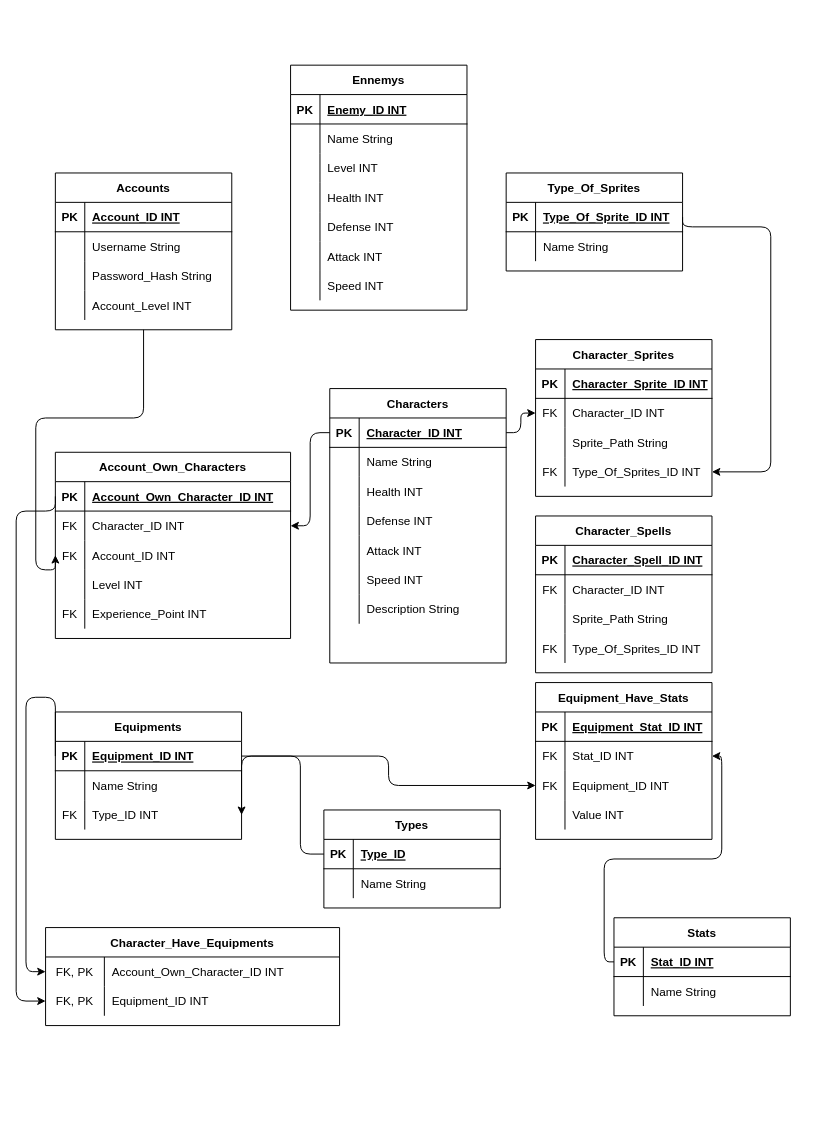
This is Documentation/MLD.drawio from Nomeos/Code-TimeRewind, a draw.io file, before an edit. Source tidied: cells renumbered, new cells numbered last; positions are measured from the earlier drawing's top-left corner, leaving out a move shared by most shapes. Both pictures are drawn from the tidied source at 98%, with x=0, y=0 at pixel (16, 65).
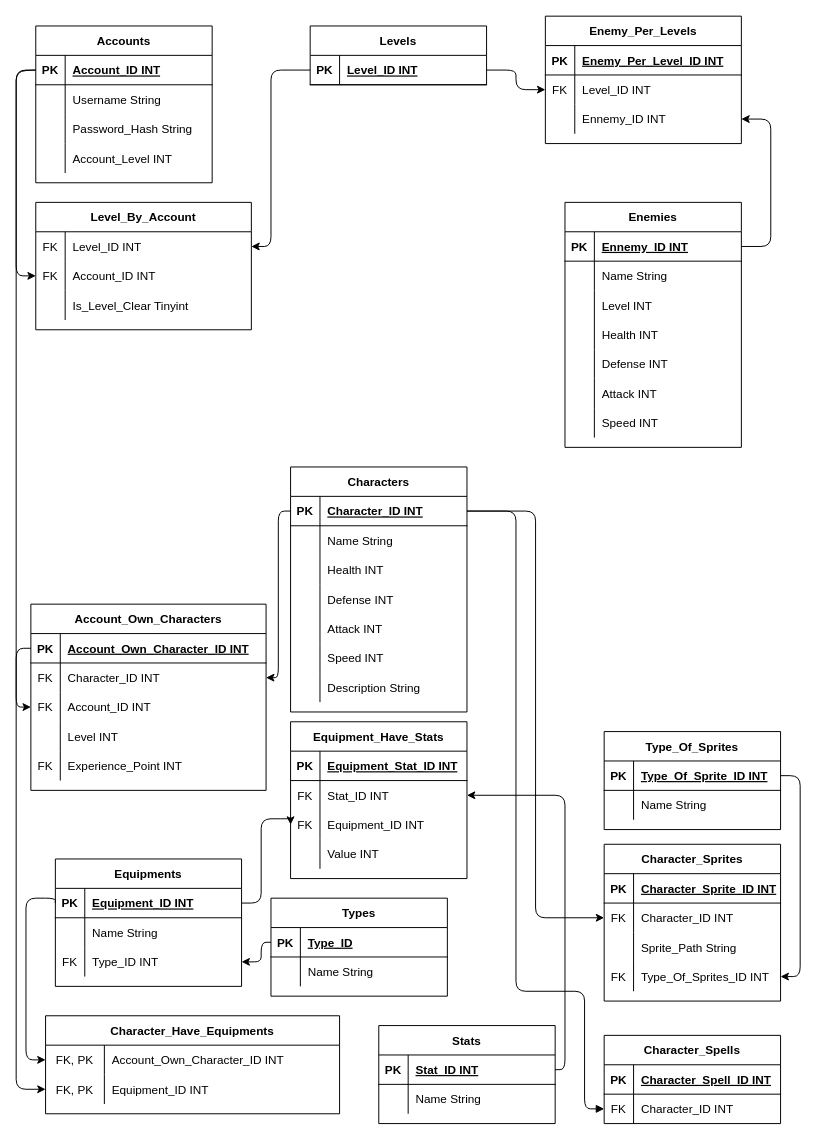
The same page after the edit.

The change refers to these unchanged cells:
```xml
<mxCell id="3" style="shape=partialRectangle;fillColor=none;top=0;left=0;bottom=1;right=0;points=[[0,0.5],[1,0.5]];portConstraint=eastwest;" parent="2" vertex="1">
  <mxGeometry y="30" width="180" height="30" as="geometry" />
</mxCell>
<mxCell id="16" style="shape=partialRectangle;fillColor=none;top=0;left=0;bottom=1;right=0;points=[[0,0.5],[1,0.5]];portConstraint=eastwest;" parent="15" vertex="1">
  <mxGeometry y="30" width="180" height="30" as="geometry" />
</mxCell>
<mxCell id="38" style="shape=partialRectangle;fillColor=none;top=0;left=0;bottom=1;right=0;points=[[0,0.5],[1,0.5]];portConstraint=eastwest;" parent="37" vertex="1">
  <mxGeometry y="30" width="180" height="30" as="geometry" />
</mxCell>
<mxCell id="60" style="shape=partialRectangle;fillColor=none;top=0;left=0;bottom=1;right=0;points=[[0,0.5],[1,0.5]];portConstraint=eastwest;" parent="59" vertex="1">
  <mxGeometry y="30" width="190" height="30" as="geometry" />
</mxCell>
<mxCell id="66" style="shape=partialRectangle;fillColor=none;top=0;left=0;bottom=0;right=0;points=[[0,0.5],[1,0.5]];portConstraint=eastwest;" parent="59" vertex="1">
  <mxGeometry y="90" width="190" height="30" as="geometry" />
</mxCell>
<mxCell id="70" style="shape=partialRectangle;fillColor=none;top=0;left=0;bottom=1;right=0;points=[[0,0.5],[1,0.5]];portConstraint=eastwest;" parent="69" vertex="1">
  <mxGeometry y="30" width="180" height="30" as="geometry" />
</mxCell>
<mxCell id="80" style="shape=partialRectangle;fillColor=none;top=0;left=0;bottom=0;right=0;points=[[0,0.5],[1,0.5]];portConstraint=eastwest;" parent="76" vertex="1">
  <mxGeometry y="60" width="180" height="30" as="geometry" />
</mxCell>
<mxCell id="83" style="shape=partialRectangle;fillColor=none;top=0;left=0;bottom=0;right=0;points=[[0,0.5],[1,0.5]];portConstraint=eastwest;" parent="76" vertex="1">
  <mxGeometry y="90" width="180" height="30" as="geometry" />
</mxCell>
<mxCell id="92" style="shape=partialRectangle;fillColor=none;top=0;left=0;bottom=1;right=0;points=[[0,0.5],[1,0.5]];portConstraint=eastwest;" parent="91" vertex="1">
  <mxGeometry y="30" width="240" height="30" as="geometry" />
</mxCell>
<mxCell id="98" style="shape=partialRectangle;fillColor=none;top=0;left=0;bottom=0;right=0;points=[[0,0.5],[1,0.5]];portConstraint=eastwest;" parent="91" vertex="1">
  <mxGeometry y="90" width="240" height="30" as="geometry" />
</mxCell>
<mxCell id="110" style="shape=partialRectangle;fillColor=none;top=0;left=0;bottom=0;right=0;points=[[0,0.5],[1,0.5]];portConstraint=eastwest;" parent="109" vertex="1">
  <mxGeometry y="30" width="300" height="30" as="geometry" />
</mxCell>
<mxCell id="113" style="shape=partialRectangle;fillColor=none;top=0;left=0;bottom=0;right=0;points=[[0,0.5],[1,0.5]];portConstraint=eastwest;" parent="109" vertex="1">
  <mxGeometry y="60" width="300" height="30" as="geometry" />
</mxCell>
<mxCell id="117" style="shape=partialRectangle;fillColor=none;top=0;left=0;bottom=1;right=0;points=[[0,0.5],[1,0.5]];portConstraint=eastwest;" parent="116" vertex="1">
  <mxGeometry y="30" width="180" height="30" as="geometry" />
</mxCell>
<mxCell id="136" style="shape=partialRectangle;fillColor=none;top=0;left=0;bottom=0;right=0;points=[[0,0.5],[1,0.5]];portConstraint=eastwest;" parent="126" vertex="1">
  <mxGeometry y="120" width="180" height="30" as="geometry" />
</mxCell>
<mxCell id="141" style="shape=partialRectangle;fillColor=none;top=0;left=0;bottom=1;right=0;points=[[0,0.5],[1,0.5]];portConstraint=eastwest;" parent="140" vertex="1">
  <mxGeometry y="30" width="180" height="30" as="geometry" />
</mxCell>
<mxCell id="152" style="shape=partialRectangle;fillColor=none;top=0;left=0;bottom=0;right=0;points=[[0,0.5],[1,0.5]];portConstraint=eastwest;" parent="148" vertex="1">
  <mxGeometry y="60" width="180" height="30" as="geometry" />
</mxCell>
```

What changed in the source:
```diff
@@
     <mxCell id="2" value="Accounts" style="shape=table;startSize=30;childLayout=tableLayout;rowLines=0;fontStyle=1;align=center;" parent="1" vertex="1">
-      <mxGeometry x="40" y="110" width="180" height="160" as="geometry" />
+      <mxGeometry x="20" y="-40" width="180" height="160" as="geometry" />
     </mxCell>
@@
     <mxCell id="15" value="Characters" style="shape=table;startSize=30;childLayout=tableLayout;rowLines=0;fontStyle=1;align=center;" parent="1" vertex="1">
-      <mxGeometry x="320" y="330" width="180" height="280" as="geometry" />
+      <mxGeometry x="280" y="410" width="180" height="250" as="geometry" />
     </mxCell>
@@
-    <mxCell id="37" value="Ennemys" style="shape=table;startSize=30;childLayout=tableLayout;rowLines=0;fontStyle=1;align=center;" parent="1" vertex="1">
-      <mxGeometry x="280" width="180" height="250" as="geometry" />
+    <mxCell id="37" value="Enemies" style="shape=table;startSize=30;childLayout=tableLayout;rowLines=0;fontStyle=1;align=center;" parent="1" vertex="1">
+      <mxGeometry x="560" y="140" width="180" height="250" as="geometry" />
     </mxCell>
@@
-    <mxCell id="40" value="Enemy_ID INT" style="shape=partialRectangle;fillColor=none;top=0;left=0;bottom=0;right=0;align=left;spacingLeft=6;fontStyle=5;overflow=hidden;" parent="38" vertex="1">
+    <mxCell id="40" value="Ennemy_ID INT" style="shape=partialRectangle;fillColor=none;top=0;left=0;bottom=0;right=0;align=left;spacingLeft=6;fontStyle=5;overflow=hidden;" parent="38" vertex="1">
       <mxGeometry x="30" width="150" height="30" as="geometry" />
     </mxCell>
@@
     <mxCell id="59" value="Equipments" style="shape=table;startSize=30;childLayout=tableLayout;rowLines=0;fontStyle=1;align=center;" parent="1" vertex="1">
-      <mxGeometry x="40" y="660" width="190" height="130" as="geometry" />
+      <mxGeometry x="40" y="810" width="190" height="130" as="geometry" />
     </mxCell>
@@
     <mxCell id="69" value="Types" style="shape=table;startSize=30;childLayout=tableLayout;rowLines=0;fontStyle=1;align=center;" parent="1" vertex="1">
-      <mxGeometry x="314" y="760" width="180" height="100" as="geometry" />
+      <mxGeometry x="260" y="850" width="180" height="100" as="geometry" />
     </mxCell>
@@
     <mxCell id="76" value="Equipment_Have_Stats" style="shape=table;startSize=30;childLayout=tableLayout;rowLines=0;fontStyle=1;align=center;" parent="1" vertex="1">
-      <mxGeometry x="530" y="630" width="180" height="160" as="geometry" />
+      <mxGeometry x="280" y="670" width="180" height="160" as="geometry" />
     </mxCell>
@@
     <mxCell id="89" style="endArrow=classic;html=1;entryX=0;entryY=0.5;entryDx=0;entryDy=0;exitX=1;exitY=0.5;exitDx=0;exitDy=0;edgeStyle=orthogonalEdgeStyle;" parent="1" edge="1" source="60" target="83">
-      <mxGeometry relative="1" as="geometry" />
+      <mxGeometry relative="1" as="geometry">
+        <Array as="points">
+          <mxPoint x="250" y="855" />
+          <mxPoint x="250" y="769" />
+          <mxPoint x="280" y="769" />
+        </Array>
+      </mxGeometry>
     </mxCell>
     <mxCell id="90" style="endArrow=classic;html=1;exitX=0;exitY=0.5;exitDx=0;exitDy=0;entryX=1;entryY=0.5;entryDx=0;entryDy=0;edgeStyle=orthogonalEdgeStyle;" parent="1" edge="1" source="70" target="66">
       <mxGeometry relative="1" as="geometry">
         <Array as="points">
-          <mxPoint x="290" y="805" />
-          <mxPoint x="290" y="705" />
+          <mxPoint x="250" y="895" />
+          <mxPoint x="250" y="915" />
         </Array>
       </mxGeometry>
     </mxCell>
     <mxCell id="91" value="Account_Own_Characters" style="shape=table;startSize=30;childLayout=tableLayout;rowLines=0;fontStyle=1;align=center;" parent="1" vertex="1">
-      <mxGeometry x="40" y="395" width="240" height="190" as="geometry" />
+      <mxGeometry x="15" y="550" width="240" height="190" as="geometry" />
     </mxCell>
@@
-    <mxCell id="108" style="endArrow=classic;html=1;entryX=0;entryY=0.5;entryDx=0;entryDy=0;exitX=0.5;exitY=1;exitDx=0;exitDy=0;edgeStyle=orthogonalEdgeStyle;" parent="1" edge="1" source="2" target="98">
+    <mxCell id="108" style="endArrow=classic;html=1;entryX=0;entryY=0.5;entryDx=0;entryDy=0;exitX=0;exitY=0.5;exitDx=0;exitDy=0;edgeStyle=orthogonalEdgeStyle;" parent="1" edge="1" source="3" target="98">
       <mxGeometry relative="1" as="geometry">
         <Array as="points">
-          <mxPoint x="130" y="360" />
-          <mxPoint x="20" y="360" />
-          <mxPoint x="20" y="515" />
-          <mxPoint x="40" y="515" />
+          <mxPoint y="5" />
+          <mxPoint y="655" />
         </Array>
       </mxGeometry>
     </mxCell>
     <mxCell id="109" value="Character_Have_Equipments" style="shape=table;startSize=30;childLayout=tableLayout;rowLines=0;fontStyle=1;align=center;" parent="1" vertex="1">
-      <mxGeometry x="30" y="880" width="300" height="100" as="geometry" />
+      <mxGeometry x="30" y="970" width="300" height="100" as="geometry" />
     </mxCell>
@@
     <mxCell id="116" value="Stats" style="shape=table;startSize=30;childLayout=tableLayout;rowLines=0;fontStyle=1;align=center;" parent="1" vertex="1">
-      <mxGeometry x="610" y="870" width="180" height="100" as="geometry" />
+      <mxGeometry x="370" y="980" width="180" height="100" as="geometry" />
     </mxCell>
@@
-    <mxCell id="123" style="endArrow=classic;html=1;exitX=0;exitY=0.5;exitDx=0;exitDy=0;entryX=1;entryY=0.5;entryDx=0;entryDy=0;edgeStyle=orthogonalEdgeStyle;" parent="1" edge="1" source="117" target="80">
+    <mxCell id="123" style="endArrow=classic;html=1;exitX=1;exitY=0.5;exitDx=0;exitDy=0;entryX=1;entryY=0.5;entryDx=0;entryDy=0;edgeStyle=orthogonalEdgeStyle;" parent="1" edge="1" source="117" target="80">
       <mxGeometry relative="1" as="geometry" />
     </mxCell>
     <mxCell id="124" style="endArrow=classic;html=1;entryX=0;entryY=0.5;entryDx=0;entryDy=0;exitX=0;exitY=0.5;exitDx=0;exitDy=0;edgeStyle=orthogonalEdgeStyle;" parent="1" edge="1" source="60" target="110">
       <mxGeometry relative="1" as="geometry">
         <Array as="points">
-          <mxPoint x="10" y="645" />
-          <mxPoint x="10" y="925" />
+          <mxPoint x="40" y="850" />
+          <mxPoint x="10" y="850" />
+          <mxPoint x="10" y="1015" />
         </Array>
       </mxGeometry>
     </mxCell>
     <mxCell id="125" style="endArrow=classic;html=1;entryX=0;entryY=0.5;entryDx=0;entryDy=0;exitX=0;exitY=0.5;exitDx=0;exitDy=0;edgeStyle=orthogonalEdgeStyle;" parent="1" edge="1" source="92" target="113">
       <mxGeometry relative="1" as="geometry">
         <Array as="points">
-          <mxPoint y="455" />
-          <mxPoint y="955" />
+          <mxPoint y="595" />
+          <mxPoint y="1045" />
         </Array>
       </mxGeometry>
     </mxCell>
     <mxCell id="126" value="Character_Sprites" style="shape=table;startSize=30;childLayout=tableLayout;rowLines=0;fontStyle=1;align=center;" parent="1" vertex="1">
-      <mxGeometry x="530" y="280" width="180" height="160" as="geometry" />
+      <mxGeometry x="600" y="795" width="180" height="160" as="geometry" />
     </mxCell>
@@
     <mxCell id="140" value="Type_Of_Sprites" style="shape=table;startSize=30;childLayout=tableLayout;rowLines=0;fontStyle=1;align=center;" parent="1" vertex="1">
-      <mxGeometry x="500" y="110" width="180" height="100" as="geometry" />
+      <mxGeometry x="600" y="680" width="180" height="100" as="geometry" />
     </mxCell>
@@
-    <mxCell id="147" style="endArrow=classic;html=1;entryX=1;entryY=0.5;entryDx=0;entryDy=0;exitX=1;exitY=0.5;exitDx=0;exitDy=0;edgeStyle=orthogonalEdgeStyle;" parent="1" edge="1" source="141" target="136">
-      <mxGeometry relative="1" as="geometry">
-        <Array as="points">
-          <mxPoint x="680" y="165" />
-          <mxPoint x="770" y="165" />
-          <mxPoint x="770" y="415" />
-        </Array>
-      </mxGeometry>
-    </mxCell>
     <mxCell id="148" value="Character_Spells" style="shape=table;startSize=30;childLayout=tableLayout;rowLines=0;fontStyle=1;align=center;" parent="1" vertex="1">
-      <mxGeometry x="530" y="460" width="180" height="160" as="geometry" />
+      <mxGeometry x="600" y="990" width="180" height="90" as="geometry" />
     </mxCell>
@@
-    <mxCell id="155" style="shape=partialRectangle;fillColor=none;top=0;left=0;bottom=0;right=0;" parent="148" vertex="1">
-      <mxGeometry y="90" width="180" height="30" as="geometry" />
-    </mxCell>
-    <mxCell id="156" style="shape=partialRectangle;fillColor=none;top=0;left=0;bottom=0;right=0;overflow=hidden;" parent="155" vertex="1">
-      <mxGeometry width="30" height="30" as="geometry" />
-    </mxCell>
-    <mxCell id="157" value="Sprite_Path String" style="shape=partialRectangle;fillColor=none;top=0;left=0;bottom=0;right=0;align=left;spacingLeft=6;overflow=hidden;" parent="155" vertex="1">
-      <mxGeometry x="30" width="150" height="30" as="geometry" />
-    </mxCell>
-    <mxCell id="158" style="shape=partialRectangle;fillColor=none;top=0;left=0;bottom=0;right=0;" parent="148" vertex="1">
-      <mxGeometry y="120" width="180" height="30" as="geometry" />
-    </mxCell>
-    <mxCell id="159" value="FK" style="shape=partialRectangle;fillColor=none;top=0;left=0;bottom=0;right=0;overflow=hidden;" parent="158" vertex="1">
-      <mxGeometry width="30" height="30" as="geometry" />
-    </mxCell>
-    <mxCell id="160" value="Type_Of_Sprites_ID INT" style="shape=partialRectangle;fillColor=none;top=0;left=0;bottom=0;right=0;align=left;spacingLeft=6;overflow=hidden;" parent="158" vertex="1">
-      <mxGeometry x="30" width="150" height="30" as="geometry" />
-    </mxCell>
+    <mxCell id="161" value="Levels" style="shape=table;startSize=30;childLayout=tableLayout;rowLines=0;fontStyle=1;align=center;" parent="1" vertex="1">
+      <mxGeometry x="300" y="-40" width="180" height="60" as="geometry" />
+    </mxCell>
+    <mxCell id="162" style="shape=partialRectangle;fillColor=none;top=0;left=0;bottom=1;right=0;points=[[0,0.5],[1,0.5]];portConstraint=eastwest;" parent="161" vertex="1">
+      <mxGeometry y="30" width="180" height="30" as="geometry" />
+    </mxCell>
+    <mxCell id="163" value="PK" style="shape=partialRectangle;fillColor=none;top=0;left=0;bottom=0;right=0;fontStyle=1;overflow=hidden;" parent="162" vertex="1">
+      <mxGeometry width="30" height="30" as="geometry" />
+    </mxCell>
+    <mxCell id="164" value="Level_ID INT" style="shape=partialRectangle;fillColor=none;top=0;left=0;bottom=0;right=0;align=left;spacingLeft=6;fontStyle=5;overflow=hidden;" parent="162" vertex="1">
+      <mxGeometry x="30" width="150" height="30" as="geometry" />
+    </mxCell>
+    <mxCell id="165" style="edgeStyle=orthogonalEdgeStyle;fontSize=12;html=1;endArrow=block;endFill=1;exitX=1;exitY=0.5;exitDx=0;exitDy=0;entryX=0;entryY=0.5;entryDx=0;entryDy=0;" parent="1" edge="1" source="16" target="152">
+      <mxGeometry relative="1" as="geometry">
+        <Array as="points">
+          <mxPoint x="510" y="455" />
+          <mxPoint x="510" y="945" />
+          <mxPoint x="580" y="945" />
+          <mxPoint x="580" y="1065" />
+        </Array>
+      </mxGeometry>
+    </mxCell>
+    <mxCell id="147" style="edgeStyle=orthogonalEdgeStyle;fontSize=12;html=1;endArrow=classic;endFill=1;exitX=1;exitY=0.5;exitDx=0;exitDy=0;entryX=1;entryY=0.5;entryDx=0;entryDy=0;" parent="1" edge="1" source="141" target="136">
+      <mxGeometry relative="1" as="geometry">
+        <Array as="points">
+          <mxPoint x="800" y="725" />
+          <mxPoint x="800" y="930" />
+        </Array>
+      </mxGeometry>
+    </mxCell>
+    <mxCell id="166" value="Level_By_Account" style="shape=table;startSize=30;childLayout=tableLayout;rowLines=0;fontStyle=1;align=center;" parent="1" vertex="1">
+      <mxGeometry x="20" y="140" width="220" height="130" as="geometry" />
+    </mxCell>
+    <mxCell id="167" style="shape=partialRectangle;fillColor=none;top=0;left=0;bottom=0;right=0;points=[[0,0.5],[1,0.5]];portConstraint=eastwest;" parent="166" vertex="1">
+      <mxGeometry y="30" width="220" height="30" as="geometry" />
+    </mxCell>
+    <mxCell id="168" value="FK" style="shape=partialRectangle;fillColor=none;top=0;left=0;bottom=0;right=0;overflow=hidden;" parent="167" vertex="1">
+      <mxGeometry width="30" height="30" as="geometry" />
+    </mxCell>
+    <mxCell id="169" value="Level_ID INT" style="shape=partialRectangle;fillColor=none;top=0;left=0;bottom=0;right=0;align=left;spacingLeft=6;overflow=hidden;" parent="167" vertex="1">
+      <mxGeometry x="30" width="190" height="30" as="geometry" />
+    </mxCell>
+    <mxCell id="170" style="shape=partialRectangle;fillColor=none;top=0;left=0;bottom=0;right=0;points=[[0,0.5],[1,0.5]];portConstraint=eastwest;" parent="166" vertex="1">
+      <mxGeometry y="60" width="220" height="30" as="geometry" />
+    </mxCell>
+    <mxCell id="171" value="FK" style="shape=partialRectangle;fillColor=none;top=0;left=0;bottom=0;right=0;overflow=hidden;" parent="170" vertex="1">
+      <mxGeometry width="30" height="30" as="geometry" />
+    </mxCell>
+    <mxCell id="172" value="Account_ID INT" style="shape=partialRectangle;fillColor=none;top=0;left=0;bottom=0;right=0;align=left;spacingLeft=6;overflow=hidden;" parent="170" vertex="1">
+      <mxGeometry x="30" width="190" height="30" as="geometry" />
+    </mxCell>
+    <mxCell id="173" style="shape=partialRectangle;fillColor=none;top=0;left=0;bottom=0;right=0;" parent="166" vertex="1">
+      <mxGeometry y="90" width="220" height="30" as="geometry" />
+    </mxCell>
+    <mxCell id="174" style="shape=partialRectangle;fillColor=none;top=0;left=0;bottom=0;right=0;overflow=hidden;" parent="173" vertex="1">
+      <mxGeometry width="30" height="30" as="geometry" />
+    </mxCell>
+    <mxCell id="175" value="Is_Level_Clear Tinyint" style="shape=partialRectangle;fillColor=none;top=0;left=0;bottom=0;right=0;align=left;spacingLeft=6;overflow=hidden;" parent="173" vertex="1">
+      <mxGeometry x="30" width="190" height="30" as="geometry" />
+    </mxCell>
+    <mxCell id="176" value="Enemy_Per_Levels" style="shape=table;startSize=30;childLayout=tableLayout;rowLines=0;fontStyle=1;align=center;" parent="1" vertex="1">
+      <mxGeometry x="540" y="-50" width="200" height="130" as="geometry" />
+    </mxCell>
+    <mxCell id="177" style="shape=partialRectangle;fillColor=none;top=0;left=0;bottom=1;right=0;" parent="176" vertex="1">
+      <mxGeometry y="30" width="200" height="30" as="geometry" />
+    </mxCell>
+    <mxCell id="178" value="PK" style="shape=partialRectangle;fillColor=none;top=0;left=0;bottom=0;right=0;fontStyle=1;overflow=hidden;" parent="177" vertex="1">
+      <mxGeometry width="30" height="30" as="geometry" />
+    </mxCell>
+    <mxCell id="179" value="Enemy_Per_Level_ID INT" style="shape=partialRectangle;fillColor=none;top=0;left=0;bottom=0;right=0;align=left;spacingLeft=6;fontStyle=5;overflow=hidden;" parent="177" vertex="1">
+      <mxGeometry x="30" width="170" height="30" as="geometry" />
+    </mxCell>
+    <mxCell id="180" style="shape=partialRectangle;fillColor=none;top=0;left=0;bottom=0;right=0;points=[[0,0.5],[1,0.5]];portConstraint=eastwest;" parent="176" vertex="1">
+      <mxGeometry y="60" width="200" height="30" as="geometry" />
+    </mxCell>
+    <mxCell id="181" value="FK" style="shape=partialRectangle;fillColor=none;top=0;left=0;bottom=0;right=0;overflow=hidden;" parent="180" vertex="1">
+      <mxGeometry width="30" height="30" as="geometry" />
+    </mxCell>
+    <mxCell id="182" value="Level_ID INT" style="shape=partialRectangle;fillColor=none;top=0;left=0;bottom=0;right=0;align=left;spacingLeft=6;overflow=hidden;" parent="180" vertex="1">
+      <mxGeometry x="30" width="170" height="30" as="geometry" />
+    </mxCell>
+    <mxCell id="183" style="shape=partialRectangle;fillColor=none;top=0;left=0;bottom=0;right=0;points=[[0,0.5],[1,0.5]];portConstraint=eastwest;" parent="176" vertex="1">
+      <mxGeometry y="90" width="200" height="30" as="geometry" />
+    </mxCell>
+    <mxCell id="184" style="shape=partialRectangle;fillColor=none;top=0;left=0;bottom=0;right=0;overflow=hidden;" parent="183" vertex="1">
+      <mxGeometry width="30" height="30" as="geometry" />
+    </mxCell>
+    <mxCell id="185" value="Ennemy_ID INT" style="shape=partialRectangle;fillColor=none;top=0;left=0;bottom=0;right=0;align=left;spacingLeft=6;overflow=hidden;" parent="183" vertex="1">
+      <mxGeometry x="30" width="170" height="30" as="geometry" />
+    </mxCell>
+    <mxCell id="186" style="fontSize=12;html=1;endArrow=none;endFill=0;entryX=0;entryY=0.5;entryDx=0;entryDy=0;exitX=1;exitY=0.5;exitDx=0;exitDy=0;startArrow=classic;startFill=1;edgeStyle=orthogonalEdgeStyle;" parent="1" edge="1" source="167" target="162">
+      <mxGeometry relative="1" as="geometry">
+        <Array as="points">
+          <mxPoint x="260" y="185" />
+          <mxPoint x="260" y="5" />
+        </Array>
+      </mxGeometry>
+    </mxCell>
+    <mxCell id="187" style="edgeStyle=orthogonalEdgeStyle;fontSize=12;html=1;endArrow=classic;endFill=1;entryX=0;entryY=0.5;entryDx=0;entryDy=0;exitX=0;exitY=0.5;exitDx=0;exitDy=0;" parent="1" edge="1" source="3" target="170">
+      <mxGeometry relative="1" as="geometry">
+        <Array as="points">
+          <mxPoint y="6" />
+          <mxPoint y="215" />
+        </Array>
+      </mxGeometry>
+    </mxCell>
+    <mxCell id="188" style="edgeStyle=orthogonalEdgeStyle;fontSize=12;html=1;endArrow=classic;endFill=1;entryX=1;entryY=0.5;entryDx=0;entryDy=0;exitX=1;exitY=0.5;exitDx=0;exitDy=0;" parent="1" edge="1" source="38" target="183">
+      <mxGeometry relative="1" as="geometry">
+        <Array as="points">
+          <mxPoint x="770" y="185" />
+          <mxPoint x="770" y="55" />
+        </Array>
+      </mxGeometry>
+    </mxCell>
+    <mxCell id="189" style="edgeStyle=entityRelationEdgeStyle;fontSize=12;html=1;endArrow=none;endFill=0;entryX=1;entryY=0.5;entryDx=0;entryDy=0;exitX=0;exitY=0.5;exitDx=0;exitDy=0;startArrow=classic;startFill=1;" parent="1" edge="1" source="180" target="162">
+      <mxGeometry relative="1" as="geometry" />
+    </mxCell>
```
